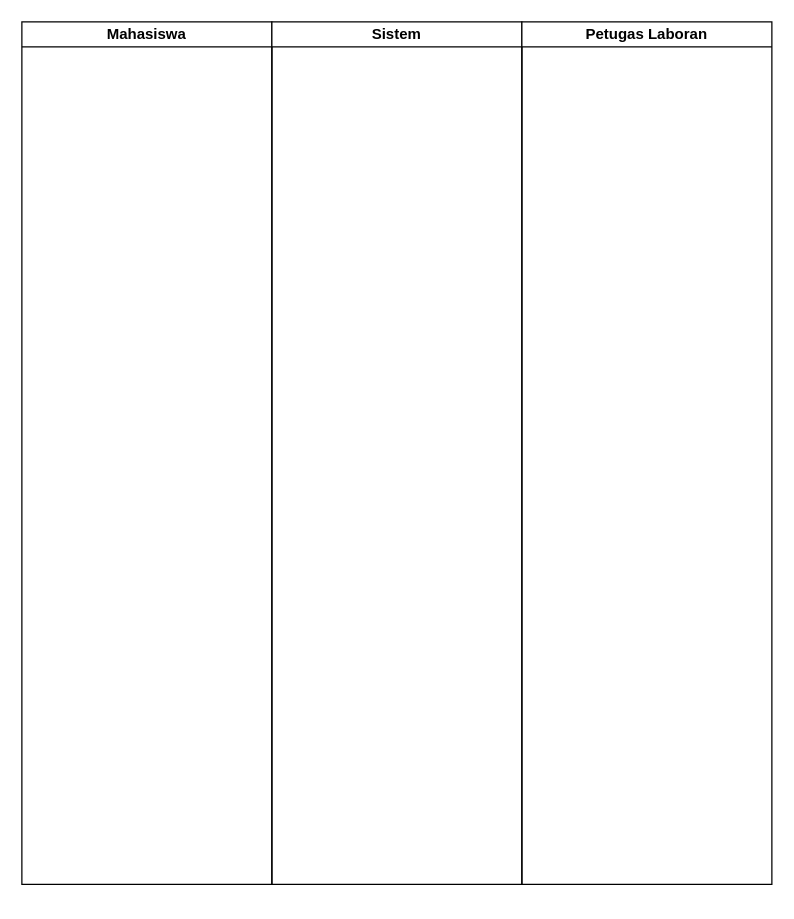
This is 04_model_analisis/P06/LAB/P06_2406005_LAB_activity_peminjaman_v01.drawio from maulidarahayu/IFRWP5149_2406005_LabAlat, a draw.io file, before an edit. Source tidied: cells renumbered, new cells numbered last; positions are measured from the earlier drawing's top-left corner, leaving out a move shared by most shapes. Both pictures are drawn from the tidied source at 125%, with x=0, y=0 at pixel (21, 21).
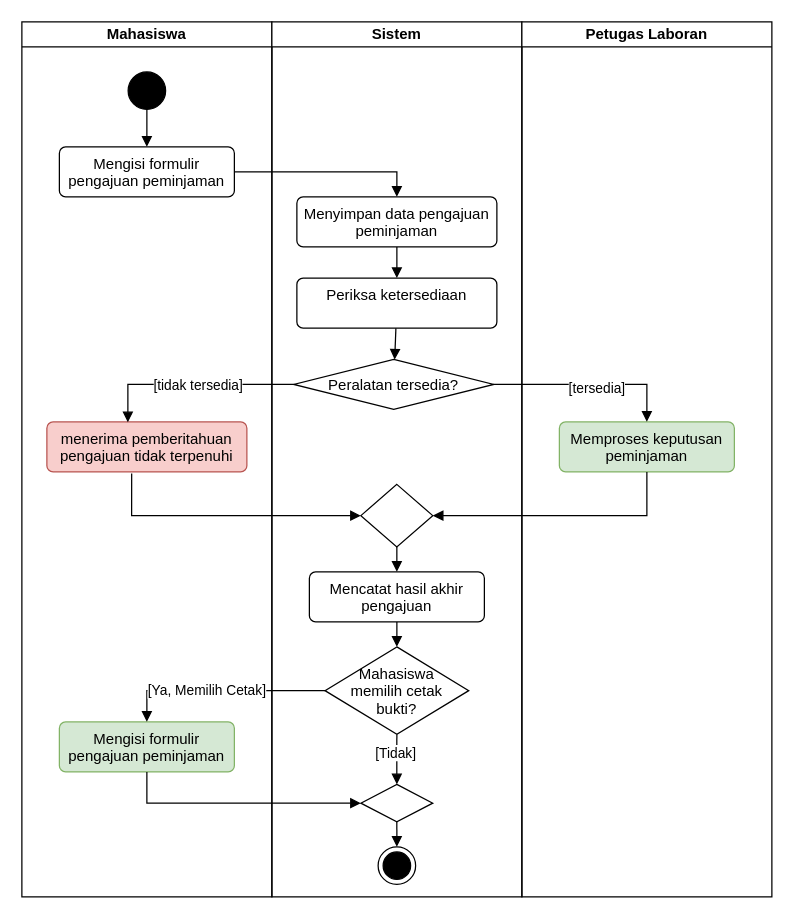
After the change.

The edit, as a diff of the source:
```diff
@@
     <mxCell id="2" value="Mahasiswa" style="swimlane;startSize=20;whiteSpace=wrap;html=1;" parent="1" vertex="1">
-      <mxGeometry width="200" height="690" as="geometry" />
+      <mxGeometry width="200" height="700" as="geometry" />
     </mxCell>
+    <mxCell id="5" style="edgeStyle=none;html=1;endArrow=block;endFill=1;" parent="2" edge="1" source="6" target="7">
+      <mxGeometry relative="1" as="geometry" />
+    </mxCell>
+    <mxCell id="6" style="ellipse;fillColor=strokeColor;html=1;" parent="2" vertex="1">
+      <mxGeometry x="85" y="40" width="30" height="30" as="geometry" />
+    </mxCell>
+    <mxCell id="7" value="Mengisi formulir pengajuan peminjaman" style="html=1;align=center;verticalAlign=top;rounded=1;absoluteArcSize=1;arcSize=10;dashed=0;whiteSpace=wrap;" parent="2" vertex="1">
+      <mxGeometry x="30" y="100" width="140" height="40" as="geometry" />
+    </mxCell>
+    <mxCell id="8" value="menerima pemberitahuan pengajuan tidak terpenuhi" style="html=1;align=center;verticalAlign=top;rounded=1;absoluteArcSize=1;arcSize=10;dashed=0;whiteSpace=wrap;fillColor=#f8cecc;strokeColor=#b85450;" parent="2" vertex="1">
+      <mxGeometry x="20" y="320" width="160" height="40" as="geometry" />
+    </mxCell>
+    <mxCell id="9" value="Mengisi formulir pengajuan peminjaman" style="html=1;align=center;verticalAlign=top;rounded=1;absoluteArcSize=1;arcSize=10;dashed=0;whiteSpace=wrap;fillColor=#d5e8d4;strokeColor=#82b366;" parent="2" vertex="1">
+      <mxGeometry x="30" y="560" width="140" height="40" as="geometry" />
+    </mxCell>
     <mxCell id="3" value="Sistem" style="swimlane;startSize=20;whiteSpace=wrap;html=1;" parent="1" vertex="1">
-      <mxGeometry x="200" width="200" height="690" as="geometry" />
+      <mxGeometry x="200" width="200" height="700" as="geometry" />
     </mxCell>
+    <mxCell id="10" style="edgeStyle=none;html=1;entryX=0.5;entryY=0;entryDx=0;entryDy=0;endArrow=block;endFill=1;" parent="3" edge="1" source="11" target="13">
+      <mxGeometry relative="1" as="geometry" />
+    </mxCell>
+    <mxCell id="11" value="Menyimpan data pengajuan peminjaman" style="html=1;align=center;verticalAlign=top;rounded=1;absoluteArcSize=1;arcSize=10;dashed=0;whiteSpace=wrap;" parent="3" vertex="1">
+      <mxGeometry x="20" y="140" width="160" height="40" as="geometry" />
+    </mxCell>
+    <mxCell id="12" style="edgeStyle=none;html=1;endArrow=block;endFill=1;" parent="3" edge="1" source="13" target="24">
+      <mxGeometry relative="1" as="geometry" />
+    </mxCell>
+    <mxCell id="13" value="Periksa ketersediaan" style="html=1;align=center;verticalAlign=top;rounded=1;absoluteArcSize=1;arcSize=10;dashed=0;whiteSpace=wrap;" parent="3" vertex="1">
+      <mxGeometry x="20" y="205" width="160" height="40" as="geometry" />
+    </mxCell>
+    <mxCell id="14" style="edgeStyle=none;html=1;endArrow=block;endFill=1;" parent="3" edge="1" source="15" target="18">
+      <mxGeometry relative="1" as="geometry" />
+    </mxCell>
+    <mxCell id="15" value="Mencatat hasil akhir pengajuan" style="html=1;align=center;verticalAlign=top;rounded=1;absoluteArcSize=1;arcSize=10;dashed=0;whiteSpace=wrap;" parent="3" vertex="1">
+      <mxGeometry x="30" y="440" width="140" height="40" as="geometry" />
+    </mxCell>
+    <mxCell id="16" style="edgeStyle=none;html=1;endArrow=block;endFill=1;" parent="3" edge="1" source="18" target="20">
+      <mxGeometry relative="1" as="geometry" />
+    </mxCell>
+    <mxCell id="17" value="[Tidak]" style="edgeLabel;html=1;align=center;verticalAlign=middle;" parent="16" vertex="1">
+      <mxGeometry x="-0.27" y="-1" relative="1" as="geometry" />
+    </mxCell>
+    <mxCell id="18" value="Mahasiswa&#10;memilih cetak&#10;bukti?" style="rhombus;" parent="3" vertex="1">
+      <mxGeometry x="42.5" y="500" width="115" height="70" as="geometry" />
+    </mxCell>
+    <mxCell id="19" style="edgeStyle=none;html=1;endArrow=block;endFill=1;" parent="3" edge="1" source="20" target="21">
+      <mxGeometry relative="1" as="geometry" />
+    </mxCell>
+    <mxCell id="20" style="rhombus;" parent="3" vertex="1">
+      <mxGeometry x="71.2" y="610" width="57.5" height="30" as="geometry" />
+    </mxCell>
+    <mxCell id="21" style="ellipse;html=1;shape=endState;fillColor=strokeColor;" parent="3" vertex="1">
+      <mxGeometry x="85" y="660" width="30" height="30" as="geometry" />
+    </mxCell>
+    <mxCell id="22" style="edgeStyle=none;html=1;entryX=0.5;entryY=0;entryDx=0;entryDy=0;endArrow=block;endFill=1;" parent="3" edge="1" source="23" target="15">
+      <mxGeometry relative="1" as="geometry" />
+    </mxCell>
+    <mxCell id="23" style="rhombus;" parent="3" vertex="1">
+      <mxGeometry x="71.2" y="370" width="57.5" height="50" as="geometry" />
+    </mxCell>
+    <mxCell id="24" value="Peralatan tersedia?" style="rhombus;" parent="3" vertex="1">
+      <mxGeometry x="17.5" y="270" width="160" height="40" as="geometry" />
+    </mxCell>
     <mxCell id="4" value="Petugas Laboran" style="swimlane;startSize=20;whiteSpace=wrap;html=1;" parent="1" vertex="1">
-      <mxGeometry x="400" width="200" height="690" as="geometry" />
+      <mxGeometry x="400" width="200" height="700" as="geometry" />
     </mxCell>
+    <mxCell id="25" value="Memproses keputusan peminjaman" style="html=1;align=center;verticalAlign=top;rounded=1;absoluteArcSize=1;arcSize=10;dashed=0;whiteSpace=wrap;fillColor=#d5e8d4;strokeColor=#82b366;" parent="4" vertex="1">
+      <mxGeometry x="30" y="320" width="140" height="40" as="geometry" />
+    </mxCell>
+    <mxCell id="26" style="edgeStyle=orthogonalEdgeStyle;html=1;rounded=0;entryX=0.5;entryY=0;entryDx=0;entryDy=0;endArrow=block;endFill=1;" parent="1" edge="1" source="7" target="11">
+      <mxGeometry relative="1" as="geometry" />
+    </mxCell>
+    <mxCell id="27" style="edgeStyle=orthogonalEdgeStyle;html=1;entryX=0.5;entryY=0;entryDx=0;entryDy=0;endArrow=block;endFill=1;rounded=0;curved=0;" parent="1" edge="1" source="18" target="9">
+      <mxGeometry relative="1" as="geometry" />
+    </mxCell>
+    <mxCell id="28" value="&lt;span style=&quot;color: rgb(0, 0, 0);&quot;&gt;[Ya, Memilih Cetak]&lt;/span&gt;" style="edgeLabel;html=1;align=center;verticalAlign=middle;" parent="27" vertex="1">
+      <mxGeometry x="0.13" y="-1" relative="1" as="geometry" />
+    </mxCell>
+    <mxCell id="29" style="html=1;entryX=0;entryY=0.5;entryDx=0;entryDy=0;endArrow=block;endFill=1;rounded=0;edgeStyle=orthogonalEdgeStyle;exitX=0.5;exitY=1;exitDx=0;exitDy=0;" parent="1" edge="1" source="9" target="20">
+      <mxGeometry relative="1" as="geometry" />
+    </mxCell>
+    <mxCell id="30" style="edgeStyle=orthogonalEdgeStyle;html=1;entryX=0.5;entryY=0;entryDx=0;entryDy=0;exitX=1;exitY=0.5;exitDx=0;exitDy=0;rounded=0;endArrow=block;endFill=1;" parent="1" edge="1" source="24" target="25">
+      <mxGeometry relative="1" as="geometry" />
+    </mxCell>
+    <mxCell id="31" value="[tersedia]" style="edgeLabel;html=1;align=center;verticalAlign=middle;" parent="30" vertex="1">
+      <mxGeometry x="0.07" y="-2" relative="1" as="geometry" />
+    </mxCell>
+    <mxCell id="32" style="edgeStyle=orthogonalEdgeStyle;html=1;entryX=0.405;entryY=0.009;entryDx=0;entryDy=0;entryPerimeter=0;exitX=0;exitY=0.5;exitDx=0;exitDy=0;rounded=0;endArrow=block;endFill=1;" parent="1" edge="1" source="24" target="8">
+      <mxGeometry x="0.01" relative="1" as="geometry" />
+    </mxCell>
+    <mxCell id="33" value="&lt;span style=&quot;color: rgb(0, 0, 0);&quot;&gt;[tidak tersedia]&lt;/span&gt;" style="edgeLabel;html=1;align=center;verticalAlign=middle;" parent="32" vertex="1">
+      <mxGeometry x="-0.06" relative="1" as="geometry" />
+    </mxCell>
+    <mxCell id="34" style="edgeStyle=orthogonalEdgeStyle;html=1;entryX=0;entryY=0.5;entryDx=0;entryDy=0;exitX=0.424;exitY=1.034;exitDx=0;exitDy=0;rounded=0;endArrow=block;endFill=1;exitPerimeter=0;" parent="1" edge="1" source="8" target="23">
+      <mxGeometry x="0.05" relative="1" as="geometry">
+        <Array as="points">
+          <mxPoint x="87.8" y="395" />
+        </Array>
+      </mxGeometry>
+    </mxCell>
+    <mxCell id="35" style="edgeStyle=orthogonalEdgeStyle;html=1;entryX=1;entryY=0.5;entryDx=0;entryDy=0;rounded=0;exitX=0.5;exitY=1;exitDx=0;exitDy=0;endArrow=block;endFill=1;" parent="1" edge="1" source="25" target="23">
+      <mxGeometry relative="1" as="geometry" />
+    </mxCell>
```
